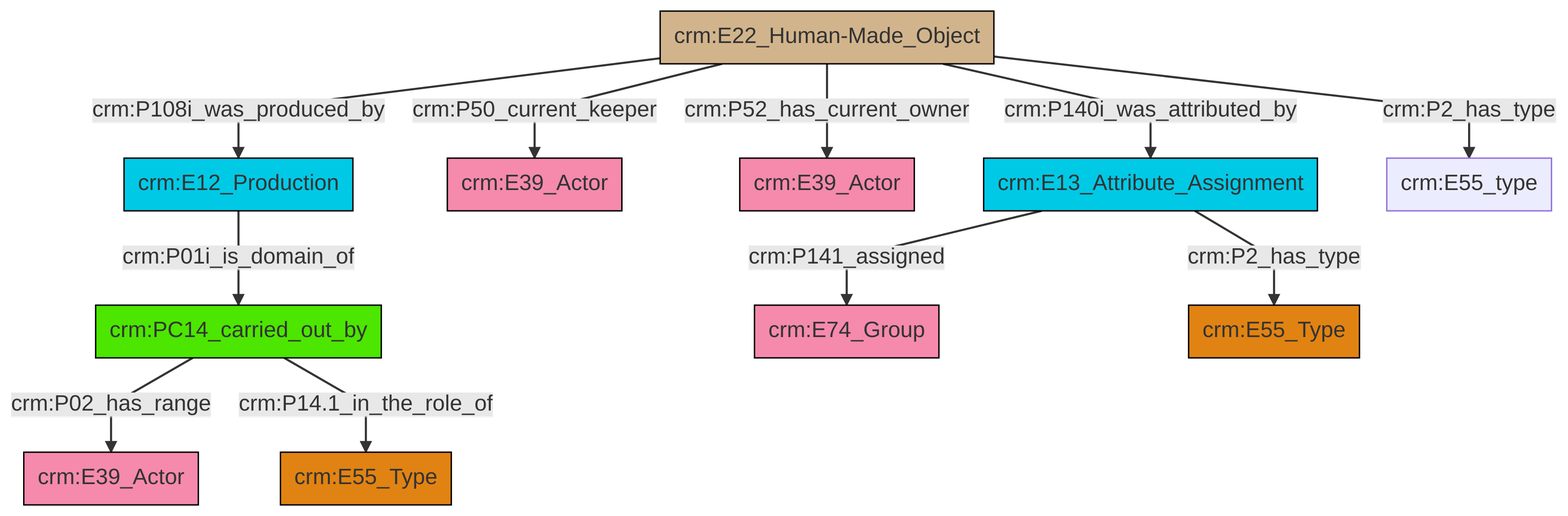
This is et/artworkCSV/ttl/mmd/png/Artwork_Actor_Relations.png from swiss-art-research-net/docs.swissartresearch, a Mermaid export, as it was before one commit. Its source is kept beside it as et/artworkCSV/ttl/mmd/Artwork_Actor_Relations.ttl.mmd.
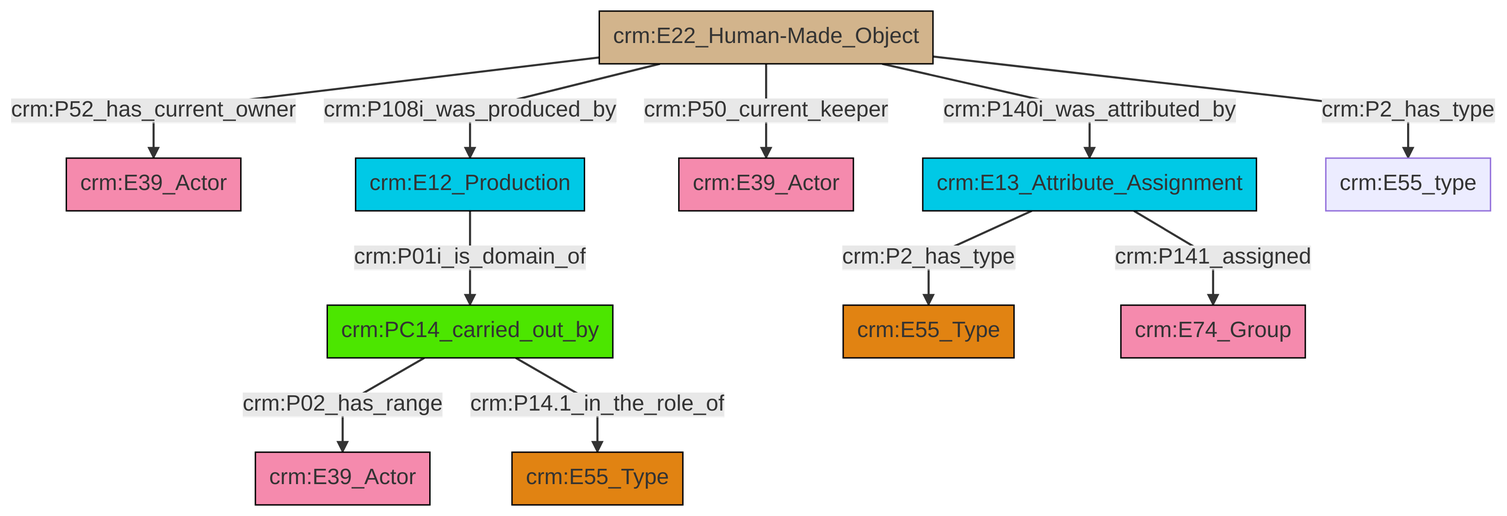
The same diagram one commit later.

Change to the diagram source:
```diff
@@ -13,13 +13,13 @@
 classDef PC_Classes fill:#4ce600, stroke:#000000;
 classDef Multi fill:#cccccc,stroke:#000000;
 
-2["crm:E12_Production"]:::Temporal_Entity -->|crm:P01i_is_domain_of| 0["crm:PC14_carried_out_by"]:::PC_Classes
-3["crm:E22_Human-Made_Object"]:::Physical_Thing -->|crm:P50_current_keeper| 4["crm:E39_Actor"]:::Actor
-3["crm:E22_Human-Made_Object"]:::Physical_Thing -->|crm:P140i_was_attributed_by| 7["crm:E13_Attribute_Assignment"]:::Temporal_Entity
-0["crm:PC14_carried_out_by"]:::PC_Classes -->|crm:P02_has_range| 10["crm:E39_Actor"]:::Actor
-7["crm:E13_Attribute_Assignment"]:::Temporal_Entity -->|crm:P2_has_type| 11["crm:E55_Type"]:::Type
-3["crm:E22_Human-Made_Object"]:::Physical_Thing -->|crm:P2_has_type| 12["crm:E55_type"]:::Default
-0["crm:PC14_carried_out_by"]:::PC_Classes -->|crm:P14.1_in_the_role_of| 15["crm:E55_Type"]:::Type
-3["crm:E22_Human-Made_Object"]:::Physical_Thing -->|crm:P52_has_current_owner| 5["crm:E39_Actor"]:::Actor
-3["crm:E22_Human-Made_Object"]:::Physical_Thing -->|crm:P108i_was_produced_by| 2["crm:E12_Production"]:::Temporal_Entity
-7["crm:E13_Attribute_Assignment"]:::Temporal_Entity -->|crm:P141_assigned| 8["crm:E74_Group"]:::Actor
+2["crm:E22_Human-Made_Object"]:::Physical_Thing -->|crm:P108i_was_produced_by| 3["crm:E12_Production"]:::Temporal_Entity
+4["crm:PC14_carried_out_by"]:::PC_Classes -->|crm:P02_has_range| 6["crm:E39_Actor"]:::Actor
+2["crm:E22_Human-Made_Object"]:::Physical_Thing -->|crm:P50_current_keeper| 7["crm:E39_Actor"]:::Actor
+8["crm:E13_Attribute_Assignment"]:::Temporal_Entity -->|crm:P2_has_type| 9["crm:E55_Type"]:::Type
+3["crm:E12_Production"]:::Temporal_Entity -->|crm:P01i_is_domain_of| 4["crm:PC14_carried_out_by"]:::PC_Classes
+4["crm:PC14_carried_out_by"]:::PC_Classes -->|crm:P14.1_in_the_role_of| 12["crm:E55_Type"]:::Type
+2["crm:E22_Human-Made_Object"]:::Physical_Thing -->|crm:P2_has_type| 15["crm:E55_type"]:::Default
+8["crm:E13_Attribute_Assignment"]:::Temporal_Entity -->|crm:P141_assigned| 10["crm:E74_Group"]:::Actor
+2["crm:E22_Human-Made_Object"]:::Physical_Thing -->|crm:P52_has_current_owner| 0["crm:E39_Actor"]:::Actor
+2["crm:E22_Human-Made_Object"]:::Physical_Thing -->|crm:P140i_was_attributed_by| 8["crm:E13_Attribute_Assignment"]:::Temporal_Entity
```
